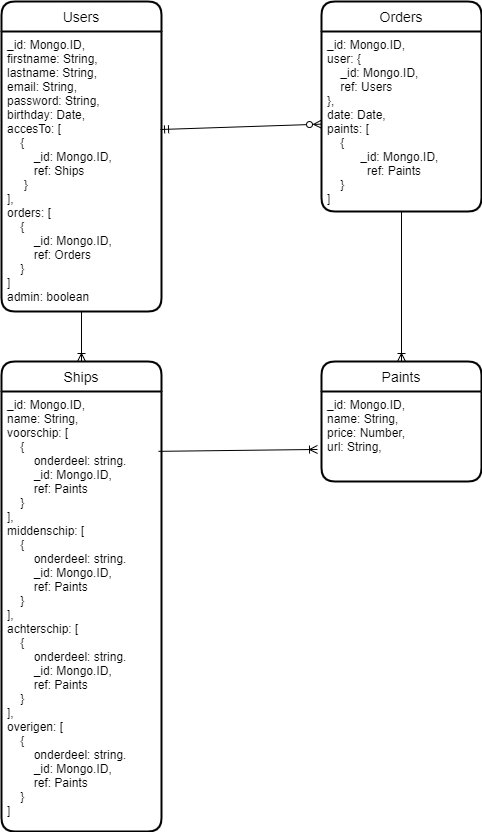
The draw.io diagram src/assets/images/ShipDiagram.drawio.png in StanBarkmeijer/carpediem-paint, before a commit. Source tidied: cells renumbered, new cells last; positions are measured from the earlier drawing's top-left corner, leaving out a move shared by most shapes.
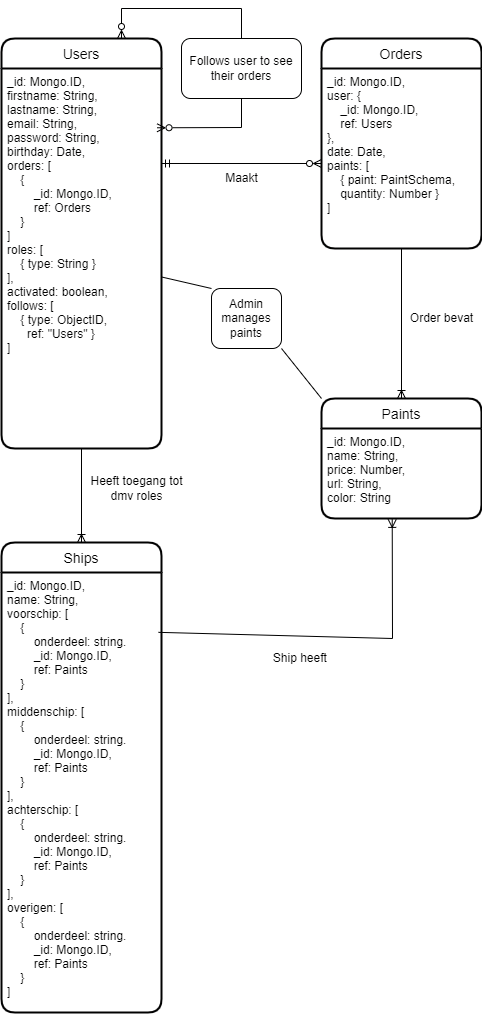
The same diagram one commit later.

Change to the diagram source:
```diff
@@ -3,13 +3,25 @@
     <mxCell id="0" />
     <mxCell id="1" parent="0" />
     <mxCell id="2" value="Users" style="swimlane;horizontal=1;startSize=30;rounded=1;fontSize=14;fontStyle=0;strokeWidth=2;shadow=0;dashed=0;align=center;" parent="1" vertex="1">
-      <mxGeometry width="160" height="310" as="geometry" />
+      <mxGeometry width="160" height="410" as="geometry" />
     </mxCell>
-    <mxCell id="3" value="_id: Mongo.ID,&#10;firstname: String,&#10;lastname: String,&#10;email: String,&#10;password: String,&#10;birthday: Date,&#10;accesTo: [&#10;    { &#10;        _id: Mongo.ID,&#10;        ref: Ships&#10;     }&#10;],&#10;orders: [&#10;    {&#10;        _id: Mongo.ID,&#10;        ref: Orders&#10;    }&#10;]&#10;admin: boolean&#10;" style="align=left;strokeColor=none;fillColor=none;spacingLeft=4;fontSize=12;verticalAlign=top;" parent="2" vertex="1">
-      <mxGeometry y="30" width="160" height="280" as="geometry" />
+    <mxCell id="3" value="_id: Mongo.ID,&#10;firstname: String,&#10;lastname: String,&#10;email: String,&#10;password: String,&#10;birthday: Date,&#10;orders: [&#10;    {&#10;        _id: Mongo.ID,&#10;        ref: Orders&#10;    }&#10;]&#10;roles: [&#10;    { type: String }&#10;],&#10;activated: boolean,&#10;follows: [&#10;    { type: ObjectID, &#10;      ref: &quot;Users&quot; }&#10;]&#10;" style="align=left;strokeColor=none;fillColor=none;spacingLeft=4;fontSize=12;verticalAlign=top;" parent="2" vertex="1">
+      <mxGeometry y="30" width="160" height="380" as="geometry" />
     </mxCell>
+    <mxCell id="14" style="edgeStyle=none;rounded=0;orthogonalLoop=1;jettySize=auto;html=1;entryX=1;entryY=0.25;entryDx=0;entryDy=0;endArrow=none;endFill=0;" parent="2" edge="1" source="3" target="3">
+      <mxGeometry relative="1" as="geometry" />
+    </mxCell>
+    <mxCell id="15" style="endArrow=ERzeroToMany;html=1;rounded=0;entryX=0.972;entryY=0.156;entryDx=0;entryDy=0;entryPerimeter=0;startArrow=ERzeroToMany;exitX=0.75;exitY=0;exitDx=0;exitDy=0;endFill=0;startFill=0;" parent="2" edge="1" source="2" target="3">
+      <mxGeometry relative="1" as="geometry">
+        <Array as="points">
+          <mxPoint x="120" y="-30" />
+          <mxPoint x="240" y="-30" />
+          <mxPoint x="240" y="89" />
+        </Array>
+      </mxGeometry>
+    </mxCell>
     <mxCell id="4" value="Ships" style="swimlane;horizontal=1;startSize=30;rounded=1;fontSize=14;fontStyle=0;strokeWidth=2;shadow=0;dashed=0;align=center;" parent="1" vertex="1">
-      <mxGeometry y="360" width="160" height="470" as="geometry" />
+      <mxGeometry y="504" width="160" height="470" as="geometry" />
     </mxCell>
     <mxCell id="5" value="_id: Mongo.ID,&#10;name: String,&#10;voorschip: [&#10;    { &#10;        onderdeel: string.&#10;        _id: Mongo.ID,&#10;        ref: Paints&#10;    }    &#10;],&#10;middenschip: [&#10;    {&#10;        onderdeel: string.&#10;        _id: Mongo.ID,&#10;        ref: Paints&#10;    }    &#10;],&#10;achterschip: [&#10;    {&#10;        onderdeel: string.&#10;        _id: Mongo.ID,&#10;        ref: Paints&#10;    }    &#10;],&#10;overigen: [&#10;    {&#10;        onderdeel: string.&#10;        _id: Mongo.ID,&#10;        ref: Paints&#10;    }    &#10;]&#10;" style="align=left;strokeColor=none;fillColor=none;spacingLeft=4;fontSize=12;verticalAlign=top;" parent="4" vertex="1">
       <mxGeometry y="30" width="160" height="440" as="geometry" />
@@ -17,17 +29,19 @@
     <mxCell id="6" value="Paints" style="swimlane;horizontal=1;startSize=30;rounded=1;fontSize=14;fontStyle=0;strokeWidth=2;shadow=0;dashed=0;align=center;" parent="1" vertex="1">
       <mxGeometry x="320" y="360" width="160" height="120" as="geometry" />
     </mxCell>
-    <mxCell id="7" value="_id: Mongo.ID,&#10;name: String,&#10;price: Number,&#10;url: String," style="align=left;strokeColor=none;fillColor=none;spacingLeft=4;fontSize=12;verticalAlign=top;" parent="6" vertex="1">
+    <mxCell id="7" value="_id: Mongo.ID,&#10;name: String,&#10;price: Number,&#10;url: String,&#10;color: String" style="align=left;strokeColor=none;fillColor=none;spacingLeft=4;fontSize=12;verticalAlign=top;" parent="6" vertex="1">
       <mxGeometry y="30" width="160" height="90" as="geometry" />
     </mxCell>
     <mxCell id="8" value="Orders" style="swimlane;horizontal=1;startSize=30;rounded=1;fontSize=14;fontStyle=0;strokeWidth=2;shadow=0;dashed=0;align=center;" parent="1" vertex="1">
       <mxGeometry x="320" width="160" height="210" as="geometry" />
     </mxCell>
-    <mxCell id="9" value="_id: Mongo.ID,&#10;user: {&#10;    _id: Mongo.ID,&#10;    ref: Users&#10;},&#10;date: Date,&#10;paints: [&#10;    {&#10;          _id: Mongo.ID,&#10;            ref: Paints&#10;    }&#10;]" style="align=left;strokeColor=none;fillColor=none;spacingLeft=4;fontSize=12;verticalAlign=top;" parent="8" vertex="1">
+    <mxCell id="9" value="_id: Mongo.ID,&#10;user: {&#10;    _id: Mongo.ID,&#10;    ref: Users&#10;},&#10;date: Date,&#10;paints: [&#10;    { paint: PaintSchema,&#10;    quantity: Number }&#10;]" style="align=left;strokeColor=none;fillColor=none;spacingLeft=4;fontSize=12;verticalAlign=top;" parent="8" vertex="1">
       <mxGeometry y="30" width="160" height="180" as="geometry" />
     </mxCell>
-    <mxCell id="10" style="rounded=0;jettySize=auto;html=1;exitX=0.994;exitY=0.35;exitDx=0;exitDy=0;exitPerimeter=0;endArrow=ERzeroToMany;endFill=0;startArrow=ERmandOne;startFill=0;" parent="1" edge="1" source="3" target="9">
-      <mxGeometry relative="1" as="geometry" />
+    <mxCell id="10" style="rounded=0;jettySize=auto;html=1;exitX=1;exitY=0.25;exitDx=0;exitDy=0;endArrow=ERzeroToMany;endFill=0;startArrow=ERmandOne;startFill=0;" parent="1" edge="1" source="3">
+      <mxGeometry relative="1" as="geometry">
+        <mxPoint x="320" y="125" as="targetPoint" />
+      </mxGeometry>
     </mxCell>
     <mxCell id="11" style="edgeStyle=none;rounded=0;jettySize=auto;html=1;startArrow=none;startFill=0;endArrow=ERoneToMany;endFill=0;" parent="1" edge="1" source="9" target="6">
       <mxGeometry relative="1" as="geometry" />
@@ -35,8 +49,36 @@
     <mxCell id="12" style="edgeStyle=none;rounded=0;jettySize=auto;html=1;startArrow=none;startFill=0;endArrow=ERoneToMany;endFill=0;" parent="1" edge="1" source="3" target="4">
       <mxGeometry relative="1" as="geometry" />
     </mxCell>
-    <mxCell id="13" style="rounded=0;jettySize=auto;html=1;entryX=-0.025;entryY=0.644;entryDx=0;entryDy=0;entryPerimeter=0;startArrow=none;startFill=0;endArrow=ERoneToMany;endFill=0;exitX=0.981;exitY=0.136;exitDx=0;exitDy=0;exitPerimeter=0;" parent="1" edge="1" source="5" target="7">
-      <mxGeometry relative="1" as="geometry" />
+    <mxCell id="13" style="rounded=0;jettySize=auto;html=1;entryX=0.442;entryY=1.01;entryDx=0;entryDy=0;entryPerimeter=0;startArrow=none;startFill=0;endArrow=ERoneToMany;endFill=0;exitX=0.981;exitY=0.136;exitDx=0;exitDy=0;exitPerimeter=0;" parent="1" edge="1" source="5" target="7">
+      <mxGeometry relative="1" as="geometry">
+        <Array as="points">
+          <mxPoint x="391" y="600" />
+        </Array>
+      </mxGeometry>
     </mxCell>
+    <mxCell id="16" style="rounded=0;jettySize=auto;html=1;exitX=1;exitY=1;exitDx=0;exitDy=0;entryX=0;entryY=0;entryDx=0;entryDy=0;startArrow=none;endArrow=none;endFill=0;" parent="1" edge="1" source="17" target="6">
+      <mxGeometry relative="1" as="geometry" />
+    </mxCell>
+    <mxCell id="17" value="Admin manages paints" style="rounded=1;whiteSpace=wrap;html=1;" parent="1" vertex="1">
+      <mxGeometry x="210" y="250" width="70" height="60" as="geometry" />
+    </mxCell>
+    <mxCell id="18" style="rounded=0;jettySize=auto;html=1;entryX=0;entryY=0;entryDx=0;entryDy=0;endArrow=none;" parent="1" edge="1" source="3" target="17">
+      <mxGeometry relative="1" as="geometry" />
+    </mxCell>
+    <mxCell id="19" value="Follows user to see their orders" style="rounded=1;whiteSpace=wrap;html=1;" parent="1" vertex="1">
+      <mxGeometry x="180" width="120" height="60" as="geometry" />
+    </mxCell>
+    <mxCell id="20" value="Maakt" style="text;html=1;align=center;verticalAlign=middle;strokeColor=none;fillColor=none;" parent="1" vertex="1">
+      <mxGeometry x="215" y="130" width="50" height="20" as="geometry" />
+    </mxCell>
+    <mxCell id="21" value="Order bevat" style="text;html=1;align=center;verticalAlign=middle;strokeColor=none;fillColor=none;" parent="1" vertex="1">
+      <mxGeometry x="400" y="270" width="80" height="20" as="geometry" />
+    </mxCell>
+    <mxCell id="22" value="Ship heeft&amp;nbsp;" style="text;html=1;align=center;verticalAlign=middle;strokeColor=none;fillColor=none;" parent="1" vertex="1">
+      <mxGeometry x="265" y="610" width="70" height="20" as="geometry" />
+    </mxCell>
+    <mxCell id="23" value="Heeft toegang tot&lt;br&gt;dmv roles" style="text;html=1;align=center;verticalAlign=middle;strokeColor=none;fillColor=none;" parent="1" vertex="1">
+      <mxGeometry x="80" y="435" width="110" height="30" as="geometry" />
+    </mxCell>
   </root>
 </mxGraphModel>
```
